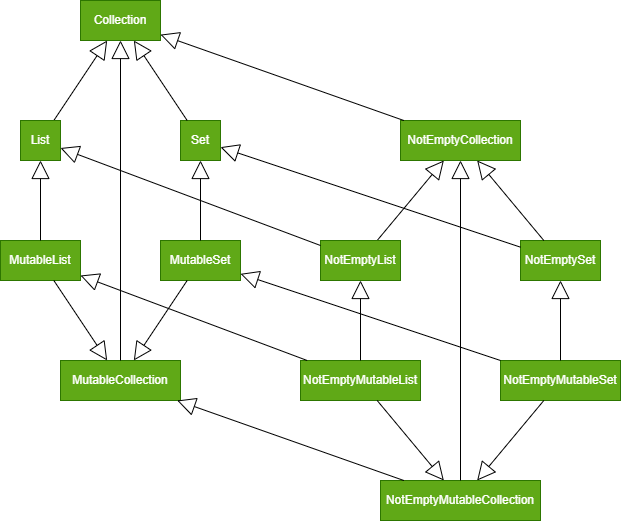
kotools/types keeps this draw.io diagram as docs/types.png. Above is the earlier version. Source tidied: cells renumbered, new cells last; positions are measured from the earlier drawing's top-left corner, leaving out a move shared by most shapes.
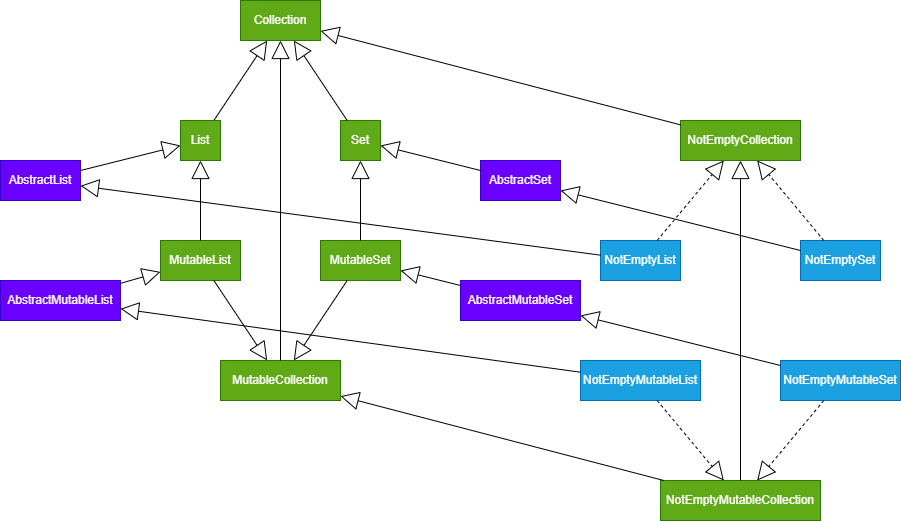
After the change.

Commit message:
Update design of collections types

What changed in the source:
```diff
@@ -3,28 +3,28 @@
     <mxCell id="0" />
     <mxCell id="1" parent="0" />
     <mxCell id="2" value="Collection" style="rounded=0;whiteSpace=wrap;html=1;fillColor=#60a917;fontColor=#ffffff;strokeColor=#2D7600;" parent="1" vertex="1">
-      <mxGeometry x="80" width="80" height="40" as="geometry" />
+      <mxGeometry x="200" width="80" height="40" as="geometry" />
     </mxCell>
     <mxCell id="3" style="endArrow=block;endSize=16;endFill=0;html=1;rounded=0;" parent="1" edge="1" source="4" target="2">
       <mxGeometry relative="1" as="geometry" />
     </mxCell>
     <mxCell id="4" value="List" style="rounded=0;whiteSpace=wrap;html=1;fillColor=#60a917;fontColor=#ffffff;strokeColor=#2D7600;" parent="1" vertex="1">
-      <mxGeometry x="20" y="120" width="40" height="40" as="geometry" />
+      <mxGeometry x="140" y="120" width="40" height="40" as="geometry" />
     </mxCell>
     <mxCell id="5" value="Set" style="rounded=0;whiteSpace=wrap;html=1;fillColor=#60a917;fontColor=#ffffff;strokeColor=#2D7600;" parent="1" vertex="1">
-      <mxGeometry x="180" y="120" width="40" height="40" as="geometry" />
+      <mxGeometry x="300" y="120" width="40" height="40" as="geometry" />
     </mxCell>
     <mxCell id="6" style="endArrow=block;endSize=16;endFill=0;html=1;rounded=0;" parent="1" edge="1" source="5" target="2">
       <mxGeometry relative="1" as="geometry" />
     </mxCell>
     <mxCell id="7" value="MutableCollection" style="rounded=0;whiteSpace=wrap;html=1;fillColor=#60a917;fontColor=#ffffff;strokeColor=#2D7600;" parent="1" vertex="1">
-      <mxGeometry x="60" y="360" width="120" height="40" as="geometry" />
+      <mxGeometry x="180" y="360" width="120" height="40" as="geometry" />
     </mxCell>
     <mxCell id="8" style="endArrow=block;endSize=16;endFill=0;html=1;rounded=0;" parent="1" edge="1" source="7" target="2">
       <mxGeometry relative="1" as="geometry" />
     </mxCell>
     <mxCell id="9" value="MutableList" style="rounded=0;whiteSpace=wrap;html=1;fillColor=#60a917;fontColor=#ffffff;strokeColor=#2D7600;" parent="1" vertex="1">
-      <mxGeometry y="240" width="80" height="40" as="geometry" />
+      <mxGeometry x="120" y="240" width="80" height="40" as="geometry" />
     </mxCell>
     <mxCell id="10" style="endArrow=block;endSize=16;endFill=0;html=1;rounded=0;" parent="1" edge="1" source="9" target="4">
       <mxGeometry relative="1" as="geometry" />
@@ -33,7 +33,7 @@
       <mxGeometry relative="1" as="geometry" />
     </mxCell>
     <mxCell id="12" value="MutableSet" style="rounded=0;whiteSpace=wrap;html=1;fillColor=#60a917;fontColor=#ffffff;strokeColor=#2D7600;" parent="1" vertex="1">
-      <mxGeometry x="160" y="240" width="80" height="40" as="geometry" />
+      <mxGeometry x="280" y="240" width="80" height="40" as="geometry" />
     </mxCell>
     <mxCell id="13" style="endArrow=block;endSize=16;endFill=0;html=1;rounded=0;" parent="1" edge="1" source="12" target="5">
       <mxGeometry relative="1" as="geometry" />
@@ -42,61 +42,79 @@
       <mxGeometry relative="1" as="geometry" />
     </mxCell>
     <mxCell id="15" value="NotEmptyCollection" style="rounded=0;whiteSpace=wrap;html=1;fillColor=#60a917;fontColor=#ffffff;strokeColor=#2D7600;" parent="1" vertex="1">
-      <mxGeometry x="400" y="120" width="120" height="40" as="geometry" />
+      <mxGeometry x="640" y="120" width="120" height="40" as="geometry" />
     </mxCell>
-    <mxCell id="16" style="endArrow=block;endSize=16;endFill=0;html=1;rounded=0;" parent="1" edge="1" source="17" target="15">
-      <mxGeometry relative="1" as="geometry" />
-    </mxCell>
-    <mxCell id="17" value="NotEmptyList" style="rounded=0;whiteSpace=wrap;html=1;fillColor=#60a917;fontColor=#ffffff;strokeColor=#2D7600;" parent="1" vertex="1">
-      <mxGeometry x="320" y="240" width="80" height="40" as="geometry" />
+    <mxCell id="17" value="NotEmptyList" style="rounded=0;whiteSpace=wrap;html=1;fillColor=#1ba1e2;fontColor=#ffffff;strokeColor=#006EAF;" parent="1" vertex="1">
+      <mxGeometry x="560" y="240" width="80" height="40" as="geometry" />
     </mxCell>
-    <mxCell id="18" value="NotEmptySet" style="rounded=0;whiteSpace=wrap;html=1;fillColor=#60a917;fontColor=#ffffff;strokeColor=#2D7600;" parent="1" vertex="1">
-      <mxGeometry x="520" y="240" width="80" height="40" as="geometry" />
+    <mxCell id="18" value="NotEmptySet" style="rounded=0;whiteSpace=wrap;html=1;fillColor=#1ba1e2;fontColor=#ffffff;strokeColor=#006EAF;" parent="1" vertex="1">
+      <mxGeometry x="760" y="240" width="80" height="40" as="geometry" />
     </mxCell>
-    <mxCell id="19" style="endArrow=block;endSize=16;endFill=0;html=1;rounded=0;" parent="1" edge="1" source="18" target="15">
-      <mxGeometry relative="1" as="geometry" />
-    </mxCell>
     <mxCell id="20" value="NotEmptyMutableCollection" style="rounded=0;whiteSpace=wrap;html=1;fillColor=#60a917;fontColor=#ffffff;strokeColor=#2D7600;" parent="1" vertex="1">
-      <mxGeometry x="380" y="480" width="160" height="40" as="geometry" />
+      <mxGeometry x="620" y="480" width="160" height="40" as="geometry" />
     </mxCell>
     <mxCell id="21" style="endArrow=block;endSize=16;endFill=0;html=1;rounded=0;" parent="1" edge="1" source="20" target="15">
       <mxGeometry relative="1" as="geometry" />
     </mxCell>
-    <mxCell id="22" value="NotEmptyMutableList" style="rounded=0;whiteSpace=wrap;html=1;fillColor=#60a917;fontColor=#ffffff;strokeColor=#2D7600;" parent="1" vertex="1">
-      <mxGeometry x="300" y="360" width="120" height="40" as="geometry" />
+    <mxCell id="22" value="NotEmptyMutableList" style="rounded=0;whiteSpace=wrap;html=1;fillColor=#1ba1e2;fontColor=#ffffff;strokeColor=#006EAF;" parent="1" vertex="1">
+      <mxGeometry x="540" y="360" width="120" height="40" as="geometry" />
     </mxCell>
-    <mxCell id="23" style="endArrow=block;endSize=16;endFill=0;html=1;rounded=0;" parent="1" edge="1" source="22" target="17">
-      <mxGeometry relative="1" as="geometry" />
-    </mxCell>
+    <mxCell id="25" value="NotEmptyMutableSet" style="rounded=0;whiteSpace=wrap;html=1;fillColor=#1ba1e2;fontColor=#ffffff;strokeColor=#006EAF;" parent="1" vertex="1">
+      <mxGeometry x="740" y="360" width="120" height="40" as="geometry" />
+    </mxCell>
+    <mxCell id="28" style="endArrow=block;endSize=16;endFill=0;html=1;rounded=0;" parent="1" edge="1" source="15" target="2">
+      <mxGeometry relative="1" as="geometry" />
+    </mxCell>
+    <mxCell id="30" style="endArrow=block;endSize=16;endFill=0;html=1;rounded=0;" parent="1" edge="1" source="18" target="37">
+      <mxGeometry relative="1" as="geometry" />
+    </mxCell>
+    <mxCell id="33" style="endArrow=block;endSize=16;endFill=0;html=1;rounded=0;" parent="1" edge="1" source="20" target="7">
+      <mxGeometry relative="1" as="geometry" />
+    </mxCell>
+    <mxCell id="16" style="endArrow=block;dashed=1;endFill=0;endSize=16;html=1;rounded=0;" parent="1" edge="1" source="17" target="15">
+      <mxGeometry relative="1" as="geometry" />
+    </mxCell>
+    <mxCell id="34" value="AbstractList" style="rounded=0;whiteSpace=wrap;html=1;fillColor=#6a00ff;fontColor=#ffffff;strokeColor=#3700CC;" parent="1" vertex="1">
+      <mxGeometry x="-40" y="160" width="80" height="40" as="geometry" />
+    </mxCell>
+    <mxCell id="35" style="endArrow=block;endSize=16;endFill=0;html=1;rounded=0;" parent="1" edge="1" source="34" target="4">
+      <mxGeometry relative="1" as="geometry" />
+    </mxCell>
+    <mxCell id="36" style="endArrow=block;endSize=16;endFill=0;html=1;rounded=0;" parent="1" edge="1" source="17" target="34">
+      <mxGeometry relative="1" as="geometry" />
+    </mxCell>
+    <mxCell id="37" value="AbstractSet" style="rounded=0;whiteSpace=wrap;html=1;fillColor=#6a00ff;fontColor=#ffffff;strokeColor=#3700CC;" parent="1" vertex="1">
+      <mxGeometry x="440" y="160" width="80" height="40" as="geometry" />
+    </mxCell>
+    <mxCell id="38" style="endArrow=block;endSize=16;endFill=0;html=1;rounded=0;" parent="1" edge="1" source="37" target="5">
+      <mxGeometry relative="1" as="geometry" />
+    </mxCell>
+    <mxCell id="19" style="endArrow=block;dashed=1;endFill=0;endSize=16;html=1;rounded=0;" parent="1" edge="1" source="18" target="15">
+      <mxGeometry relative="1" as="geometry" />
+    </mxCell>
-    <mxCell id="24" style="endArrow=block;endSize=16;endFill=0;html=1;rounded=0;" parent="1" edge="1" source="22" target="20">
+    <mxCell id="24" style="endArrow=block;dashed=1;endFill=0;endSize=16;html=1;rounded=0;" parent="1" edge="1" source="22" target="20">
       <mxGeometry relative="1" as="geometry" />
     </mxCell>
-    <mxCell id="25" value="NotEmptyMutableSet" style="rounded=0;whiteSpace=wrap;html=1;fillColor=#60a917;fontColor=#ffffff;strokeColor=#2D7600;" parent="1" vertex="1">
-      <mxGeometry x="500" y="360" width="120" height="40" as="geometry" />
-    </mxCell>
-    <mxCell id="26" style="endArrow=block;endSize=16;endFill=0;html=1;rounded=0;" parent="1" edge="1" source="25" target="18">
-      <mxGeometry relative="1" as="geometry" />
-    </mxCell>
+    <mxCell id="39" value="AbstractMutableList" style="rounded=0;whiteSpace=wrap;html=1;fillColor=#6a00ff;fontColor=#ffffff;strokeColor=#3700CC;" parent="1" vertex="1">
+      <mxGeometry x="-40" y="280" width="120" height="40" as="geometry" />
+    </mxCell>
+    <mxCell id="40" style="endArrow=block;endSize=16;endFill=0;html=1;rounded=0;" parent="1" edge="1" source="39" target="9">
+      <mxGeometry relative="1" as="geometry" />
+    </mxCell>
+    <mxCell id="41" style="endArrow=block;endSize=16;endFill=0;html=1;rounded=0;" parent="1" edge="1" source="22" target="39">
+      <mxGeometry relative="1" as="geometry" />
+    </mxCell>
-    <mxCell id="27" style="endArrow=block;endSize=16;endFill=0;html=1;rounded=0;" parent="1" edge="1" source="25" target="20">
+    <mxCell id="27" style="endArrow=block;dashed=1;endFill=0;endSize=16;html=1;rounded=0;" parent="1" edge="1" source="25" target="20">
       <mxGeometry relative="1" as="geometry" />
     </mxCell>
-    <mxCell id="28" style="endArrow=block;endSize=16;endFill=0;html=1;rounded=0;" parent="1" edge="1" source="15" target="2">
-      <mxGeometry relative="1" as="geometry" />
-    </mxCell>
-    <mxCell id="29" style="endArrow=block;endSize=16;endFill=0;html=1;rounded=0;" parent="1" edge="1" source="17" target="4">
-      <mxGeometry relative="1" as="geometry" />
-    </mxCell>
-    <mxCell id="30" style="endArrow=block;endSize=16;endFill=0;html=1;rounded=0;" parent="1" edge="1" source="18" target="5">
-      <mxGeometry relative="1" as="geometry" />
-    </mxCell>
-    <mxCell id="31" style="endArrow=block;endSize=16;endFill=0;html=1;rounded=0;" parent="1" edge="1" source="22" target="9">
-      <mxGeometry relative="1" as="geometry" />
-    </mxCell>
-    <mxCell id="32" style="endArrow=block;endSize=16;endFill=0;html=1;rounded=0;" parent="1" edge="1" source="25" target="12">
-      <mxGeometry relative="1" as="geometry" />
-    </mxCell>
-    <mxCell id="33" style="endArrow=block;endSize=16;endFill=0;html=1;rounded=0;" parent="1" edge="1" source="20" target="7">
-      <mxGeometry relative="1" as="geometry" />
-    </mxCell>
+    <mxCell id="42" value="AbstractMutableSet" style="rounded=0;whiteSpace=wrap;html=1;fillColor=#6a00ff;fontColor=#ffffff;strokeColor=#3700CC;" parent="1" vertex="1">
+      <mxGeometry x="420" y="280" width="120" height="40" as="geometry" />
+    </mxCell>
+    <mxCell id="43" style="endArrow=block;endSize=16;endFill=0;html=1;rounded=0;" parent="1" edge="1" source="42" target="12">
+      <mxGeometry relative="1" as="geometry" />
+    </mxCell>
+    <mxCell id="44" style="endArrow=block;endSize=16;endFill=0;html=1;rounded=0;" parent="1" edge="1" source="25" target="42">
+      <mxGeometry relative="1" as="geometry" />
+    </mxCell>
   </root>
 </mxGraphModel>
```
